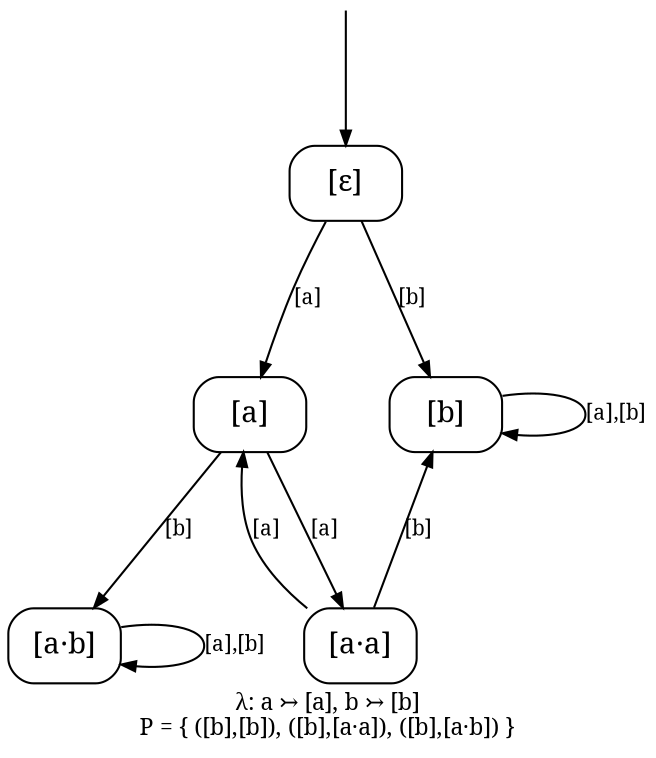
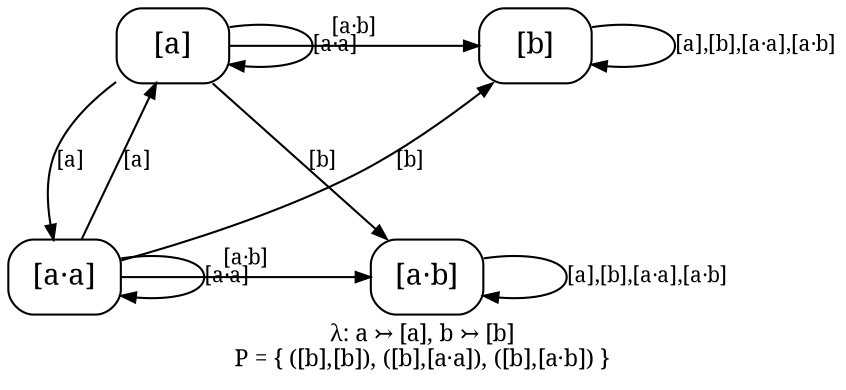
// sos2cayley even.sos --rename a=a,!a=b
digraph core_F2_even {
  rankdir=TB;
  ranksep=0.87; nodesep=0.55;
  node [shape=box, style=rounded, fontname="serif", margin="0.06,0.03"];
  edge [fontname="serif", fontsize=10, arrowsize=0.7];
  label="λ: a ↣ [a], b ↣ [b]\nP = { ([b],[b]), ([b],[a·a]), ([b],[a·b]) }";
  labelloc="b"; labeljust="c"; fontname="serif"; fontsize=11;

-   eps [label="[ε]"];
  a [label="[a]"];
  b [label="[b]"];
  aa [label="[a·a]"];
  ab [label="[a·b]"];
-   _init [shape=none, label="", width=0.02, height=0.02];
-   _init -> eps;

-   { rank=same; eps; }
  { rank=same; a b; }
  { rank=same; aa ab; }

-   eps -> a [label="[a]", weight=10];
-   eps -> b [label="[b]", weight=10];
  a -> aa [label="[a]", weight=3];
  a -> ab [label="[b]", weight=3];
-   b -> b [label="[a],[b]", weight=1];
+   a -> a [label="[a·a]", weight=1];
+   a -> b [label="[a·b]", weight=1];
+   b -> b [label="[a],[b],[a·a],[a·b]", weight=1];
  aa -> a [label="[a]", weight=1];
  aa -> b [label="[b]", weight=1];
-   ab -> ab [label="[a],[b]", weight=1];
+   aa -> aa [label="[a·a]", weight=1];
+   aa -> ab [label="[a·b]", weight=1];
+   ab -> ab [label="[a],[b],[a·a],[a·b]", weight=1];
}
